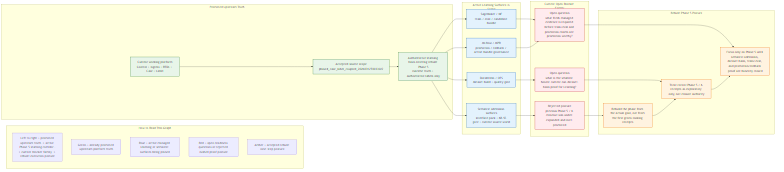
The Mermaid diagram docs/design/platform/dev_full/graph/readiness/dev_full_learning_mlops_readiness_delta_current_v0.mermaid.png in EsosaOrumwese/fraud-detection-system, before a commit. Its source is kept beside it as docs/design/platform/dev_full/graph/readiness/dev_full_learning_mlops_readiness_delta_current_v0.mermaid.mmd.
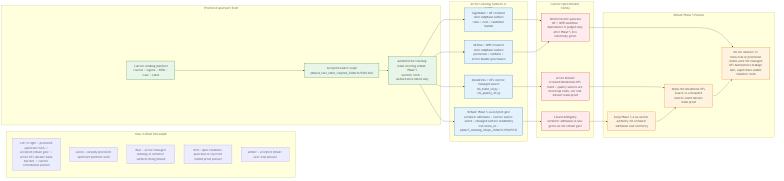
The same diagram one commit later.

Commit message:
Rebuild Phase5A and expose OFS stub blocker

Diff of the diagram source:
```diff
@@ -6,7 +6,7 @@
 flowchart LR
 
   subgraph LEGEND["How to Read This Graph"]
-    L1["Left to right = promoted upstream truth -> active Phase 5 learning corridor -> current blocker family -> rebuilt execution posture"]
+    L1["Left to right = promoted upstream truth -> accepted rebuilt gate -> active OFS dataset-basis blocker -> current remediation posture"]
     L2["Green = already promoted upstream platform truth"]
     L3["Blue = active managed learning or semantic surfaces being pinned"]
     L4["Red = open readiness questions or rejected rushed proof posture"]
@@ -20,22 +20,22 @@
   end
 
   subgraph SURFACES["Active Learning Surfaces In Scope"]
-    S1["Semantic admission surfaces<br>interface pack + 6B.S5 gate + current source world"]
-    S2["Databricks / OFS<br>dataset build + quality gate"]
-    S3["SageMaker / MF<br>train / eval / candidate bundle"]
-    S4["MLflow / MPR<br>promotion / rollback / active bundle governance"]
+    S1["Rebuilt Phase 5.A accepted gate<br>semantic admission + current source world + managed-surface readability<br>execution_id = phase5_learning_mlops_20260312T041559Z"]
+    S2["Databricks / OFS current managed source<br>ofs_build_v0.py + ofs_quality_v0.py"]
+    S3["SageMaker / MF retained later subphase surface<br>train / eval / candidate bundle"]
+    S4["MLflow / MPR retained later subphase surface<br>promotion / rollback / active bundle governance"]
   end
 
   subgraph BLOCKERS["Current Open Blocker Family"]
-    B1["Rejected posture<br>previous Phase 5 / 6 closeout was under-expanded and over-promoted"]
-    B2["Open question<br>what is the smallest honest current-run dataset-basis proof for Learning?"]
-    B3["Open question<br>what fresh managed evidence is required before train/eval and promotion claims are promotion-worthy?"]
+    B1["Closed ambiguity<br>semantic admission is now green on the rebuilt gate"]
+    B2["Active blocker<br>retained Databricks OFS build / quality sources are bootstrap stubs, not real dataset-basis proof"]
+    B3["Deferred later question<br>MF / MPR workflow dependence is judged only after Phase 5.B is materially green"]
   end
 
   subgraph POSTURE["Rebuilt Phase 5 Posture"]
-    P1["Rebuild the phase from the actual goal, not from the first green-looking receipts"]
-    P2["Treat recent Phase 5 / 6 receipts as exploratory only, not closure authority"]
-    P3["Focus only on Phase 5 until semantic admission, dataset basis, train/eval, and promotion/rollback proof are honestly closed"]
+    P1["Keep Phase 5.A as current authority for semantic admission and telemetry"]
+    P2["Repin the Databricks OFS source to a bounded current-world dataset-basis proof"]
+    P3["Do not advance to train/eval or promotion claims until the managed OFS build proves leakage-safe, supervision-usable manifest truth"]
   end
 
   U1 --> U2
```
